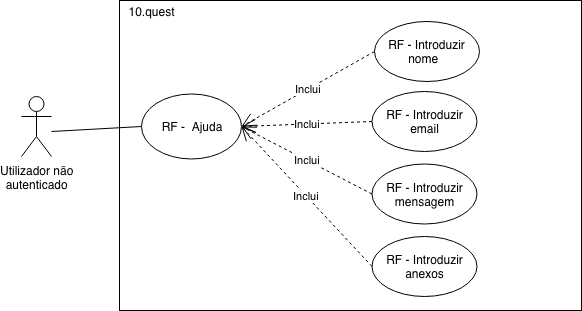
BrunoGrifo/Tese keeps this draw.io diagram as img/rf/ajuda.png. Above is the earlier version. Source tidied: cells renumbered, new cells last; positions are measured from the earlier drawing's top-left corner, leaving out a move shared by most shapes. Source of this version:
```xml
<mxGraphModel>
  <root>
    <mxCell id="0" />
    <mxCell id="1" parent="0" />
    <mxCell id="2" style="rounded=0;whiteSpace=wrap;html=1;" parent="1" vertex="1">
      <mxGeometry x="98" width="462" height="310" as="geometry" />
    </mxCell>
    <mxCell id="3" value="Utilizador não&lt;br&gt;autenticado" style="shape=umlActor;verticalLabelPosition=bottom;labelBackgroundColor=#ffffff;verticalAlign=top;html=1;" parent="1" vertex="1">
      <mxGeometry y="96" width="30" height="60" as="geometry" />
    </mxCell>
    <mxCell id="4" style="endArrow=none;html=1;entryX=0;entryY=0.5;entryDx=0;entryDy=0;" parent="1" edge="1" target="6">
      <mxGeometry relative="1" as="geometry">
        <mxPoint x="30" y="131" as="sourcePoint" />
      </mxGeometry>
    </mxCell>
    <mxCell id="5" value="10.quest" style="text;html=1;strokeColor=none;fillColor=none;align=center;verticalAlign=middle;whiteSpace=wrap;rounded=0;" parent="1" vertex="1">
      <mxGeometry x="110" y="1" width="40" height="20" as="geometry" />
    </mxCell>
    <mxCell id="6" value="RF -&amp;nbsp; Ajuda" style="ellipse;whiteSpace=wrap;html=1;" parent="1" vertex="1">
      <mxGeometry x="120" y="93.5" width="100" height="65" as="geometry" />
    </mxCell>
    <mxCell id="7" value="RF - Introduzir nome&amp;nbsp;&amp;nbsp;" style="ellipse;whiteSpace=wrap;html=1;" parent="1" vertex="1">
      <mxGeometry x="353" y="21" width="105" height="60" as="geometry" />
    </mxCell>
    <mxCell id="8" value="RF - Introduzir email" style="ellipse;whiteSpace=wrap;html=1;" parent="1" vertex="1">
      <mxGeometry x="350.5" y="91" width="105" height="60" as="geometry" />
    </mxCell>
    <mxCell id="9" value="Inclui" style="endArrow=open;endSize=12;dashed=1;html=1;exitX=0;exitY=0.5;exitDx=0;exitDy=0;entryX=1;entryY=0.5;entryDx=0;entryDy=0;" parent="1" edge="1" source="7" target="6">
      <mxGeometry relative="1" as="geometry" />
    </mxCell>
    <mxCell id="10" value="Inclui" style="endArrow=open;endSize=12;dashed=1;html=1;exitX=0;exitY=0.5;exitDx=0;exitDy=0;entryX=1;entryY=0.5;entryDx=0;entryDy=0;" parent="1" edge="1" source="8" target="6">
      <mxGeometry relative="1" as="geometry" />
    </mxCell>
    <mxCell id="11" value="RF - Introduzir mensagem" style="ellipse;whiteSpace=wrap;html=1;" parent="1" vertex="1">
      <mxGeometry x="350.5" y="163.5" width="105" height="60" as="geometry" />
    </mxCell>
    <mxCell id="12" value="Inclui" style="endArrow=open;endSize=12;dashed=1;html=1;exitX=0;exitY=0.5;exitDx=0;exitDy=0;entryX=1;entryY=0.5;entryDx=0;entryDy=0;" parent="1" edge="1" source="11" target="6">
      <mxGeometry relative="1" as="geometry" />
    </mxCell>
    <mxCell id="13" value="RF - Introduzir anexos" style="ellipse;whiteSpace=wrap;html=1;" parent="1" vertex="1">
      <mxGeometry x="350.5" y="236" width="105" height="60" as="geometry" />
    </mxCell>
    <mxCell id="14" value="Inclui" style="endArrow=open;endSize=12;dashed=1;html=1;exitX=0;exitY=0.5;exitDx=0;exitDy=0;entryX=1;entryY=0.5;entryDx=0;entryDy=0;" parent="1" edge="1" source="13" target="6">
      <mxGeometry relative="1" as="geometry" />
    </mxCell>
  </root>
</mxGraphModel>
```
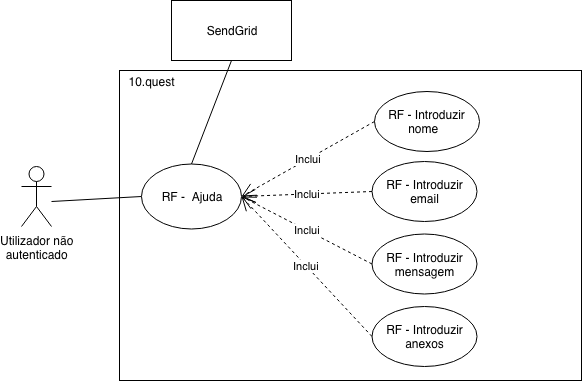
Above is the later version.

The edit, as a diff of the source:
```diff
@@ -43,5 +43,11 @@
     <mxCell id="14" value="Inclui" style="endArrow=open;endSize=12;dashed=1;html=1;exitX=0;exitY=0.5;exitDx=0;exitDy=0;entryX=1;entryY=0.5;entryDx=0;entryDy=0;" parent="1" edge="1" source="13" target="6">
       <mxGeometry relative="1" as="geometry" />
     </mxCell>
+    <mxCell id="15" value="SendGrid" style="rounded=0;whiteSpace=wrap;html=1;" parent="1" vertex="1">
+      <mxGeometry x="150" y="-70" width="120" height="60" as="geometry" />
+    </mxCell>
+    <mxCell id="16" style="endArrow=none;html=1;entryX=0.5;entryY=1;entryDx=0;entryDy=0;exitX=0.5;exitY=0;exitDx=0;exitDy=0;" parent="1" edge="1" source="6" target="15">
+      <mxGeometry relative="1" as="geometry" />
+    </mxCell>
   </root>
 </mxGraphModel>
```
